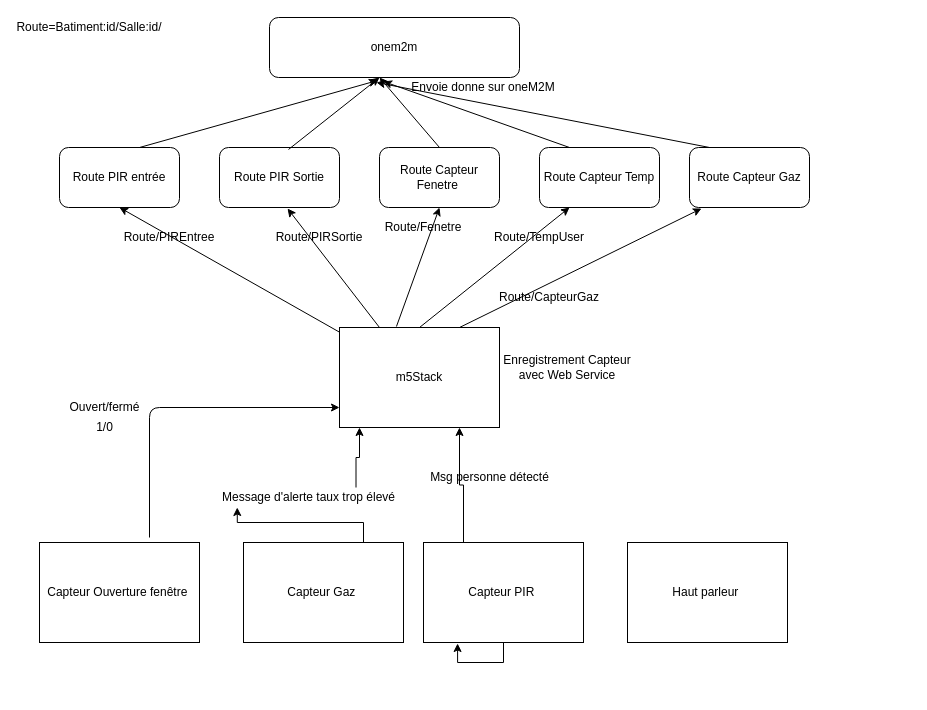
Above: documentation/CharbonnelLens.drawio in LENSAlex/ProjetIotia (draw.io), before the change. Source tidied: cells renumbered, new cells numbered last; positions are measured from the earlier drawing's top-left corner, leaving out a move shared by most shapes. Both pictures are drawn from the tidied source at 100%, with x=0, y=0 at pixel (39, 17).
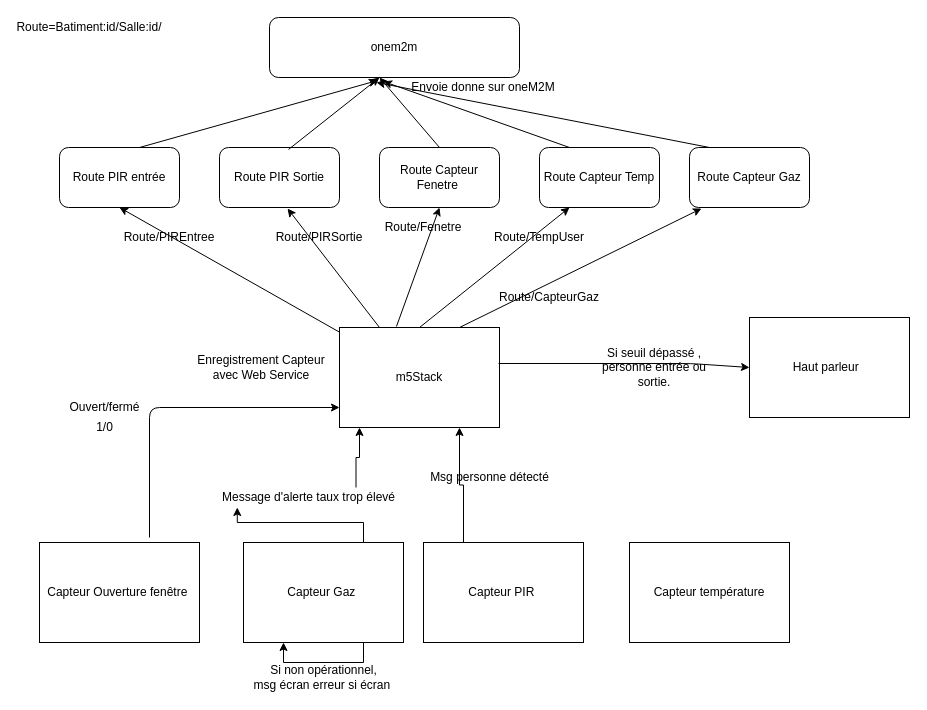
After the change.

The change refers to these unchanged cells:
```xml
<mxCell id="2" value="m5Stack&lt;br&gt;" style="rounded=0;whiteSpace=wrap;html=1;" parent="1" vertex="1">
  <mxGeometry x="300" y="310" width="160" height="100" as="geometry" />
</mxCell>
<mxCell id="5" value="Capteur Gaz&amp;nbsp;" style="rounded=0;whiteSpace=wrap;html=1;" parent="1" vertex="1">
  <mxGeometry x="204" y="525" width="160" height="100" as="geometry" />
</mxCell>
<mxCell id="7" value="Capteur PIR&amp;nbsp;" style="rounded=0;whiteSpace=wrap;html=1;" parent="1" vertex="1">
  <mxGeometry x="384" y="525" width="160" height="100" as="geometry" />
</mxCell>
```

The edit, as a diff of the source:
```diff
@@
-    <mxCell id="8" value="Haut parleur&amp;nbsp;" style="rounded=0;whiteSpace=wrap;html=1;" parent="1" vertex="1">
-      <mxGeometry x="588" y="525" width="160" height="100" as="geometry" />
+    <mxCell id="8" value="Haut parleur&amp;nbsp;&amp;nbsp;" style="rounded=0;whiteSpace=wrap;html=1;" parent="1" vertex="1">
+      <mxGeometry x="710" y="300" width="160" height="100" as="geometry" />
     </mxCell>
@@
-    <mxCell id="15" style="edgeStyle=orthogonalEdgeStyle;rounded=0;orthogonalLoop=1;jettySize=auto;html=1;exitX=0.5;exitY=1;exitDx=0;exitDy=0;entryX=0.213;entryY=1.01;entryDx=0;entryDy=0;entryPerimeter=0;" parent="1" edge="1" source="7" target="7">
-      <mxGeometry relative="1" as="geometry" />
-    </mxCell>
     <mxCell id="16" value="Enregistrement Capteur avec Web Service" style="text;html=1;strokeColor=none;fillColor=none;align=center;verticalAlign=middle;whiteSpace=wrap;rounded=0;" parent="1" vertex="1">
-      <mxGeometry x="450" y="340" width="156" height="20" as="geometry" />
+      <mxGeometry x="144" y="340" width="156" height="20" as="geometry" />
     </mxCell>
@@
+    <mxCell id="40" style="edgeStyle=orthogonalEdgeStyle;rounded=0;orthogonalLoop=1;jettySize=auto;html=1;exitX=0.75;exitY=1;exitDx=0;exitDy=0;entryX=0.25;entryY=1;entryDx=0;entryDy=0;" parent="1" edge="1" source="5" target="5">
+      <mxGeometry relative="1" as="geometry" />
+    </mxCell>
+    <mxCell id="41" style="endArrow=classic;html=1;exitX=0.994;exitY=0.36;exitDx=0;exitDy=0;exitPerimeter=0;entryX=0;entryY=0.5;entryDx=0;entryDy=0;" parent="1" edge="1" source="2" target="8">
+      <mxGeometry relative="1" as="geometry">
+        <Array as="points">
+          <mxPoint x="651" y="346" />
+        </Array>
+      </mxGeometry>
+    </mxCell>
+    <mxCell id="42" value="Si non opérationnel, &lt;br&gt;msg écran erreur si écran&amp;nbsp;&lt;br&gt;" style="text;html=1;align=center;verticalAlign=middle;" parent="1" vertex="1">
+      <mxGeometry x="204" y="645" width="160" height="30" as="geometry" />
+    </mxCell>
+    <mxCell id="43" value="Si seuil dépassé , personne entrée ou sortie." style="text;html=1;strokeColor=none;fillColor=none;align=center;verticalAlign=middle;whiteSpace=wrap;rounded=0;" parent="1" vertex="1">
+      <mxGeometry x="544" y="340" width="142" height="20" as="geometry" />
+    </mxCell>
+    <mxCell id="44" value="Capteur température" style="rounded=0;whiteSpace=wrap;html=1;" parent="1" vertex="1">
+      <mxGeometry x="590" y="525" width="160" height="100" as="geometry" />
+    </mxCell>
```
